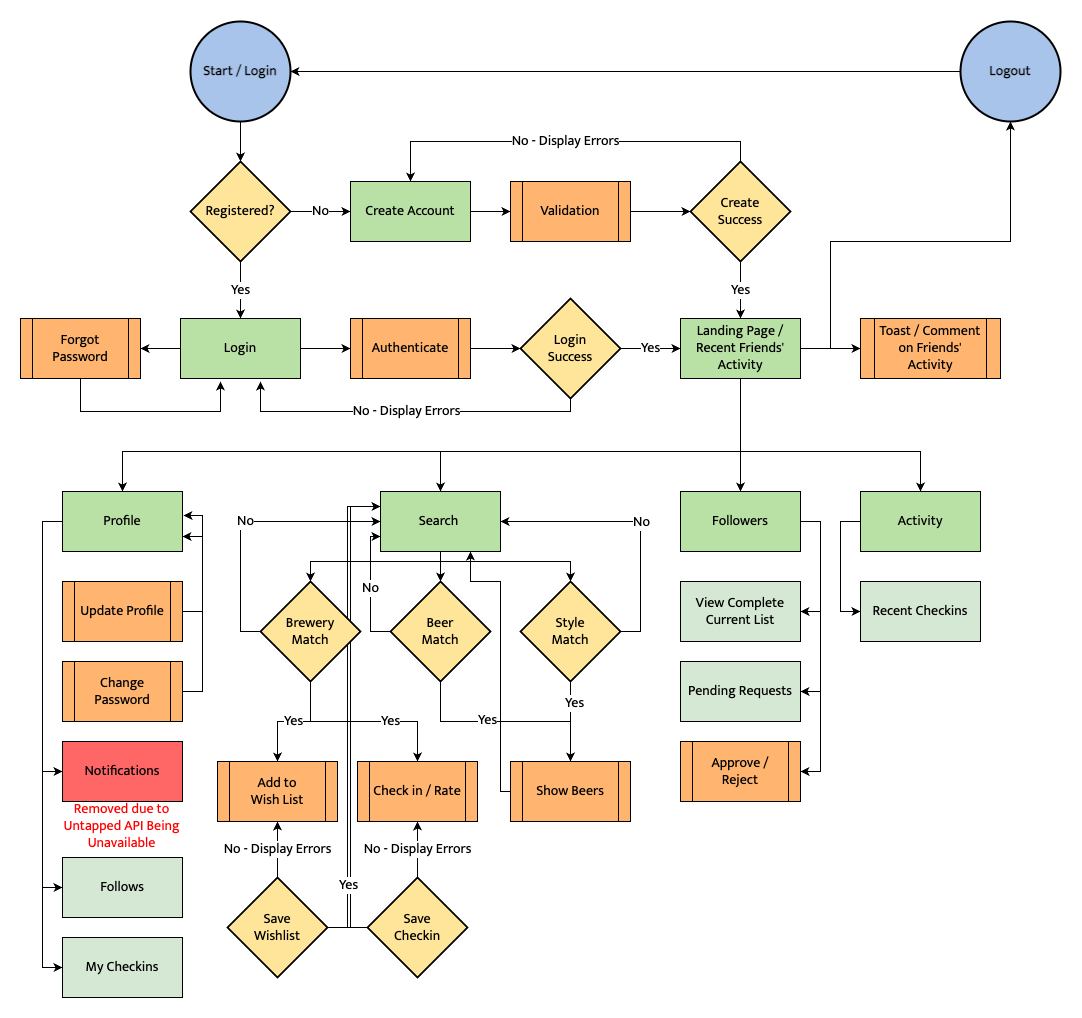
The draw.io diagram Hopps Hunter User Flow Diagram.png in shaunwo/hopps-hunter, before a commit. Source tidied: cells renumbered, new cells last; positions are measured from the earlier drawing's top-left corner, leaving out a move shared by most shapes.
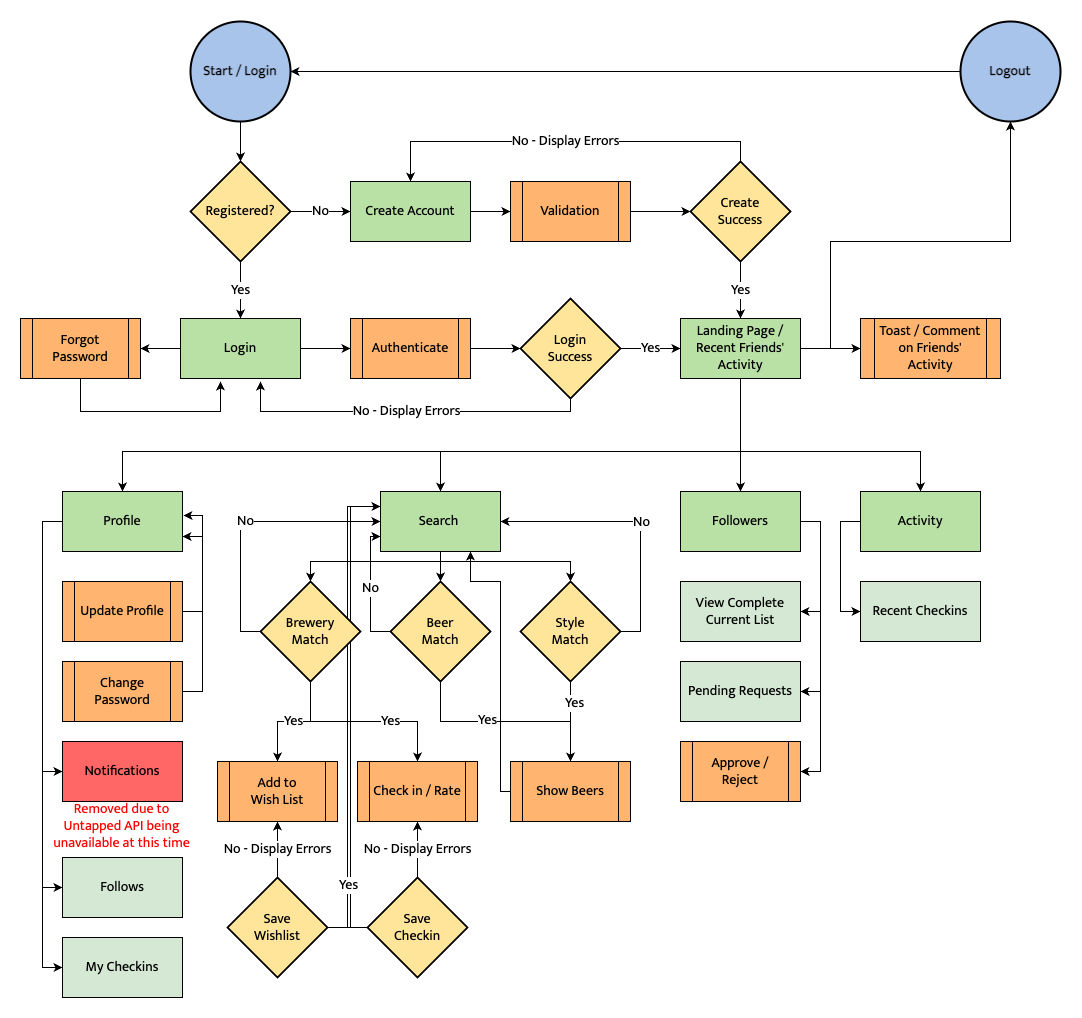
The same diagram one commit later.

Commit message:
Small tweak to make note about API availability consistent with DB schema

What changed in the source:
```diff
@@ -291,8 +291,8 @@
     <mxCell id="75" value="Change Password" style="shape=process;whiteSpace=wrap;html=1;backgroundOutline=1;fontFamily=Mukta;fontSource=https%3A%2F%2Ffonts.googleapis.com%2Fcss%3Ffamily%3DMukta;fontSize=14;fillColor=#FFB570;" parent="1" vertex="1">
       <mxGeometry x="42" y="640" width="120" height="60" as="geometry" />
     </mxCell>
-    <mxCell id="76" value="&lt;font style=&quot;font-size: 14px;&quot; face=&quot;Mukta&quot; color=&quot;#ff0000&quot;&gt;Removed due to&lt;br&gt;Untapped API Being&lt;br&gt;Unavailable&lt;/font&gt;" style="text;html=1;align=center;verticalAlign=middle;fillColor=none;strokeColor=none;rounded=0;" parent="1" vertex="1">
-      <mxGeometry x="31" y="775" width="140" height="60" as="geometry" />
+    <mxCell id="76" value="&lt;font style=&quot;font-size: 14px;&quot; face=&quot;Mukta&quot; color=&quot;#ff0000&quot;&gt;Removed due to&lt;br&gt;Untapped API being&lt;br&gt;unavailable at this time&lt;/font&gt;" style="text;html=1;align=center;verticalAlign=middle;fillColor=none;strokeColor=none;rounded=0;" parent="1" vertex="1">
+      <mxGeometry x="21" y="775" width="160" height="60" as="geometry" />
     </mxCell>
     <mxCell id="77" style="edgeStyle=orthogonalEdgeStyle;rounded=0;jettySize=auto;html=1;exitX=0;exitY=0.5;exitDx=0;exitDy=0;entryX=0.75;entryY=1;entryDx=0;entryDy=0;fontFamily=Mukta;fontSource=https%3A%2F%2Ffonts.googleapis.com%2Fcss%3Ffamily%3DMukta;fontSize=14;fontColor=#000000;" parent="1" edge="1" source="78" target="37">
       <mxGeometry relative="1" as="geometry">
```
